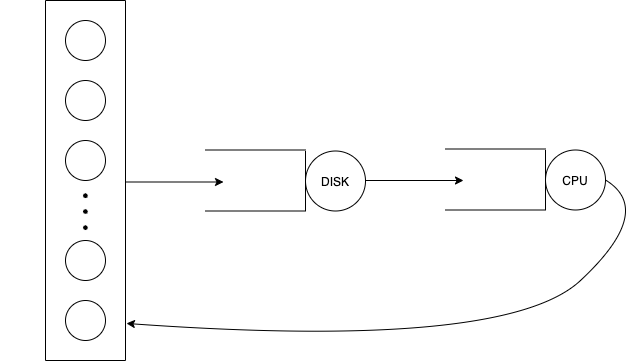
Before: report/Images/img2.png, a diagram exported from draw.io (giulioz/speedy_blockchain). Source tidied: cells renumbered, new cells last; positions are measured from the earlier drawing's top-left corner, leaving out a move shared by most shapes. The source it was exported from:
```xml
<mxGraphModel math="1">
  <root>
    <mxCell id="0" />
    <mxCell id="1" parent="0" />
    <mxCell id="2" style="rounded=0;whiteSpace=wrap;html=1;rotation=90;fillColor=none;" parent="1" vertex="1">
      <mxGeometry y="120" width="360" height="80" as="geometry" />
    </mxCell>
    <mxCell id="3" style="ellipse;whiteSpace=wrap;html=1;" parent="1" vertex="1">
      <mxGeometry x="160" width="40" height="40" as="geometry" />
    </mxCell>
    <mxCell id="4" style="ellipse;whiteSpace=wrap;html=1;" parent="1" vertex="1">
      <mxGeometry x="160" y="60" width="40" height="40" as="geometry" />
    </mxCell>
    <mxCell id="5" style="ellipse;whiteSpace=wrap;html=1;" parent="1" vertex="1">
      <mxGeometry x="160" y="120" width="40" height="40" as="geometry" />
    </mxCell>
    <mxCell id="6" style="ellipse;whiteSpace=wrap;html=1;" parent="1" vertex="1">
      <mxGeometry x="160" y="220" width="40" height="40" as="geometry" />
    </mxCell>
    <mxCell id="7" style="ellipse;whiteSpace=wrap;html=1;" parent="1" vertex="1">
      <mxGeometry x="160" y="280" width="40" height="40" as="geometry" />
    </mxCell>
    <mxCell id="8" value="&lt;font&gt;&lt;font style=&quot;font-size: 32px&quot;&gt;$$\vdots$$&lt;/font&gt;&lt;br&gt;&lt;/font&gt;" style="text;html=1;align=center;verticalAlign=middle;" parent="1" vertex="1">
      <mxGeometry x="95" y="190" width="170" height="30" as="geometry" />
    </mxCell>
    <mxCell id="9" style="endArrow=none;html=1;" parent="1" edge="1">
      <mxGeometry relative="1" as="geometry">
        <mxPoint x="300" y="129.5" as="sourcePoint" />
        <mxPoint x="400" y="129.5" as="targetPoint" />
      </mxGeometry>
    </mxCell>
    <mxCell id="10" style="endArrow=none;html=1;" parent="1" edge="1">
      <mxGeometry relative="1" as="geometry">
        <mxPoint x="300" y="190.5" as="sourcePoint" />
        <mxPoint x="400" y="190.5" as="targetPoint" />
      </mxGeometry>
    </mxCell>
    <mxCell id="11" style="endArrow=none;html=1;" parent="1" edge="1">
      <mxGeometry relative="1" as="geometry">
        <mxPoint x="400" y="130.5" as="sourcePoint" />
        <mxPoint x="400" y="190.5" as="targetPoint" />
      </mxGeometry>
    </mxCell>
    <mxCell id="12" value="DISK" style="ellipse;whiteSpace=wrap;html=1;fillColor=none;" parent="1" vertex="1">
      <mxGeometry x="400" y="130.5" width="60" height="60" as="geometry" />
    </mxCell>
    <mxCell id="13" style="endArrow=none;html=1;" parent="1" edge="1">
      <mxGeometry relative="1" as="geometry">
        <mxPoint x="540" y="128.5" as="sourcePoint" />
        <mxPoint x="640" y="128.5" as="targetPoint" />
      </mxGeometry>
    </mxCell>
    <mxCell id="14" style="endArrow=none;html=1;" parent="1" edge="1">
      <mxGeometry relative="1" as="geometry">
        <mxPoint x="540" y="189.5" as="sourcePoint" />
        <mxPoint x="640" y="189.5" as="targetPoint" />
      </mxGeometry>
    </mxCell>
    <mxCell id="15" style="endArrow=none;html=1;" parent="1" edge="1">
      <mxGeometry relative="1" as="geometry">
        <mxPoint x="640" y="129.5" as="sourcePoint" />
        <mxPoint x="640" y="189.5" as="targetPoint" />
      </mxGeometry>
    </mxCell>
    <mxCell id="16" value="CPU" style="ellipse;whiteSpace=wrap;html=1;fillColor=none;" parent="1" vertex="1">
      <mxGeometry x="640" y="129.5" width="60" height="60" as="geometry" />
    </mxCell>
    <mxCell id="17" style="endArrow=classic;html=1;" parent="1" edge="1">
      <mxGeometry relative="1" as="geometry">
        <mxPoint x="220" y="161.5" as="sourcePoint" />
        <mxPoint x="318" y="161.5" as="targetPoint" />
      </mxGeometry>
    </mxCell>
    <mxCell id="18" style="endArrow=classic;html=1;" parent="1" edge="1">
      <mxGeometry relative="1" as="geometry">
        <mxPoint x="460" y="160" as="sourcePoint" />
        <mxPoint x="558" y="160" as="targetPoint" />
      </mxGeometry>
    </mxCell>
    <mxCell id="19" style="curved=1;endArrow=classic;html=1;entryX=0.897;entryY=-0.012;entryDx=0;entryDy=0;entryPerimeter=0;exitX=1;exitY=0.5;exitDx=0;exitDy=0;" parent="1" edge="1" source="16" target="2">
      <mxGeometry relative="1" as="geometry">
        <Array as="points">
          <mxPoint x="750" y="190" />
          <mxPoint x="600" y="330" />
        </Array>
      </mxGeometry>
    </mxCell>
  </root>
</mxGraphModel>
```
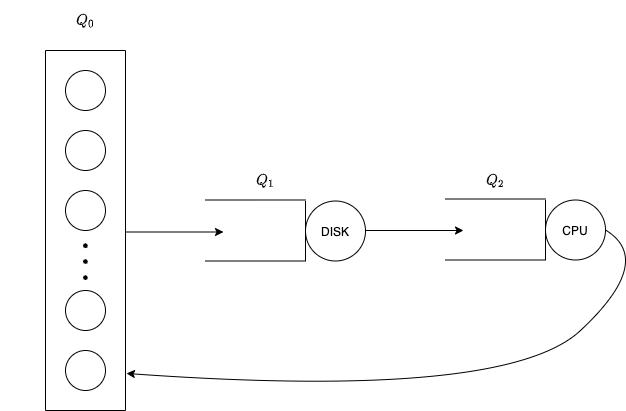
The same diagram one commit later.

Change to the diagram source:
```diff
@@ -85,5 +85,14 @@
         </Array>
       </mxGeometry>
     </mxCell>
+    <mxCell id="20" value="$$Q_0$$" style="text;html=1;align=center;verticalAlign=middle;" parent="1" vertex="1">
+      <mxGeometry x="150" y="-60" width="60" height="20" as="geometry" />
+    </mxCell>
+    <mxCell id="21" value="$$Q_1$$" style="text;html=1;align=center;verticalAlign=middle;" parent="1" vertex="1">
+      <mxGeometry x="330" y="100" width="60" height="20" as="geometry" />
+    </mxCell>
+    <mxCell id="22" value="$$Q_2$$" style="text;html=1;align=center;verticalAlign=middle;" parent="1" vertex="1">
+      <mxGeometry x="560" y="100" width="60" height="20" as="geometry" />
+    </mxCell>
   </root>
 </mxGraphModel>
```
